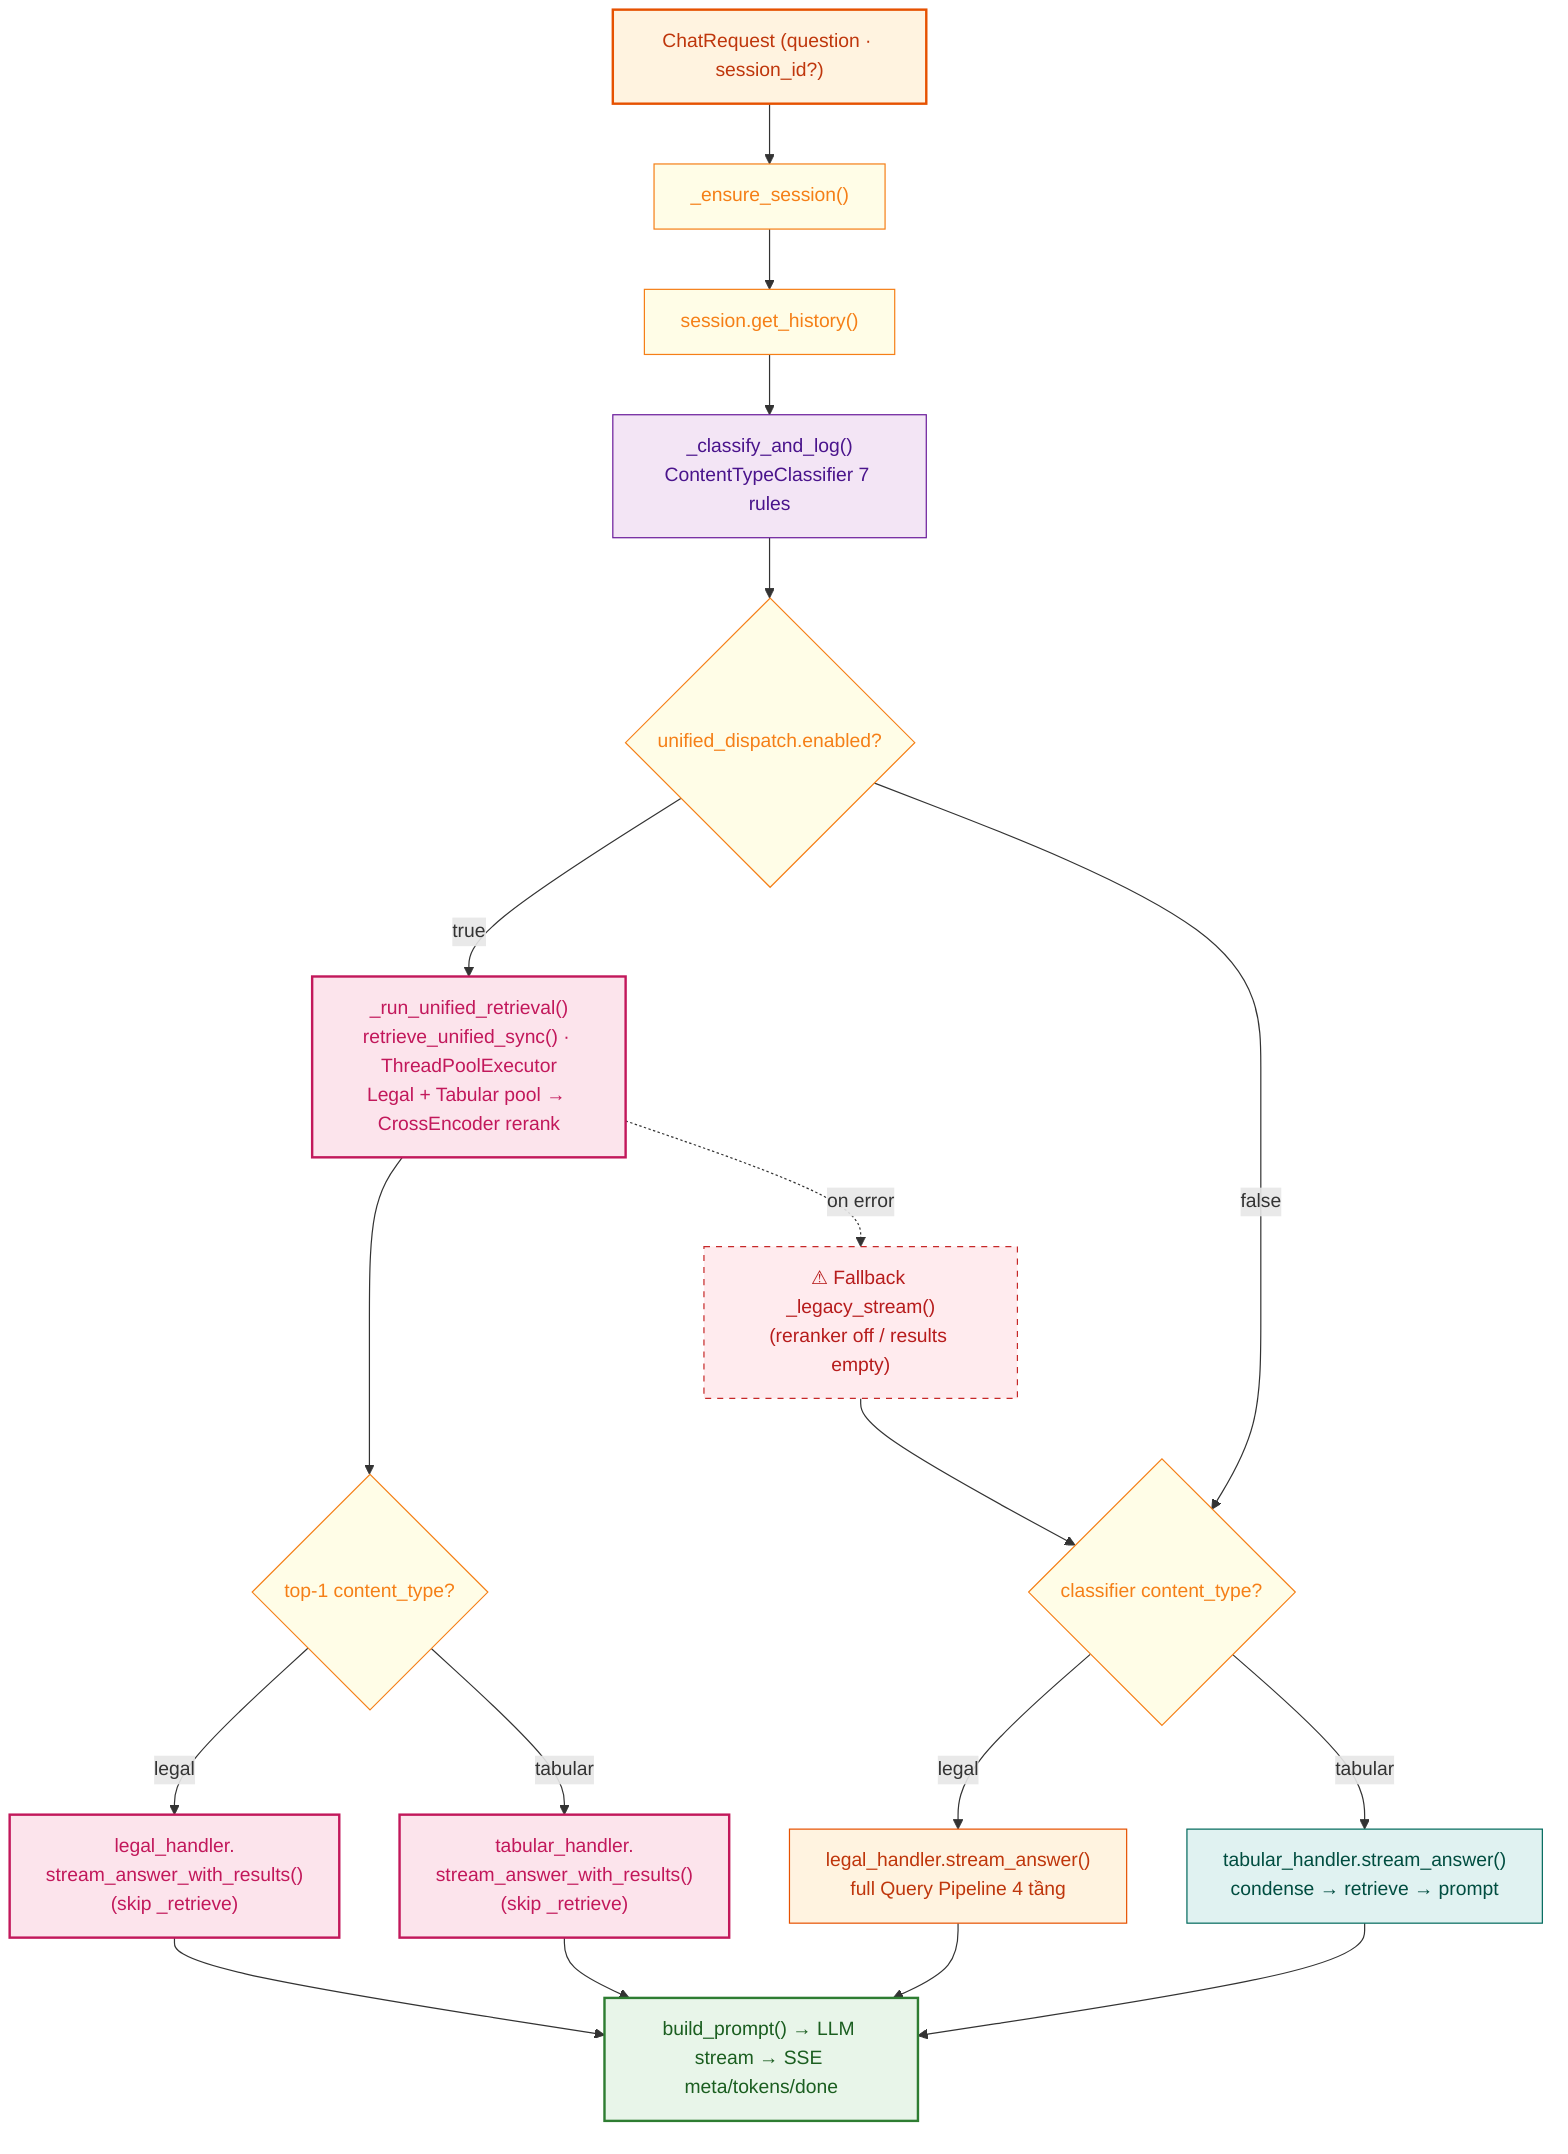
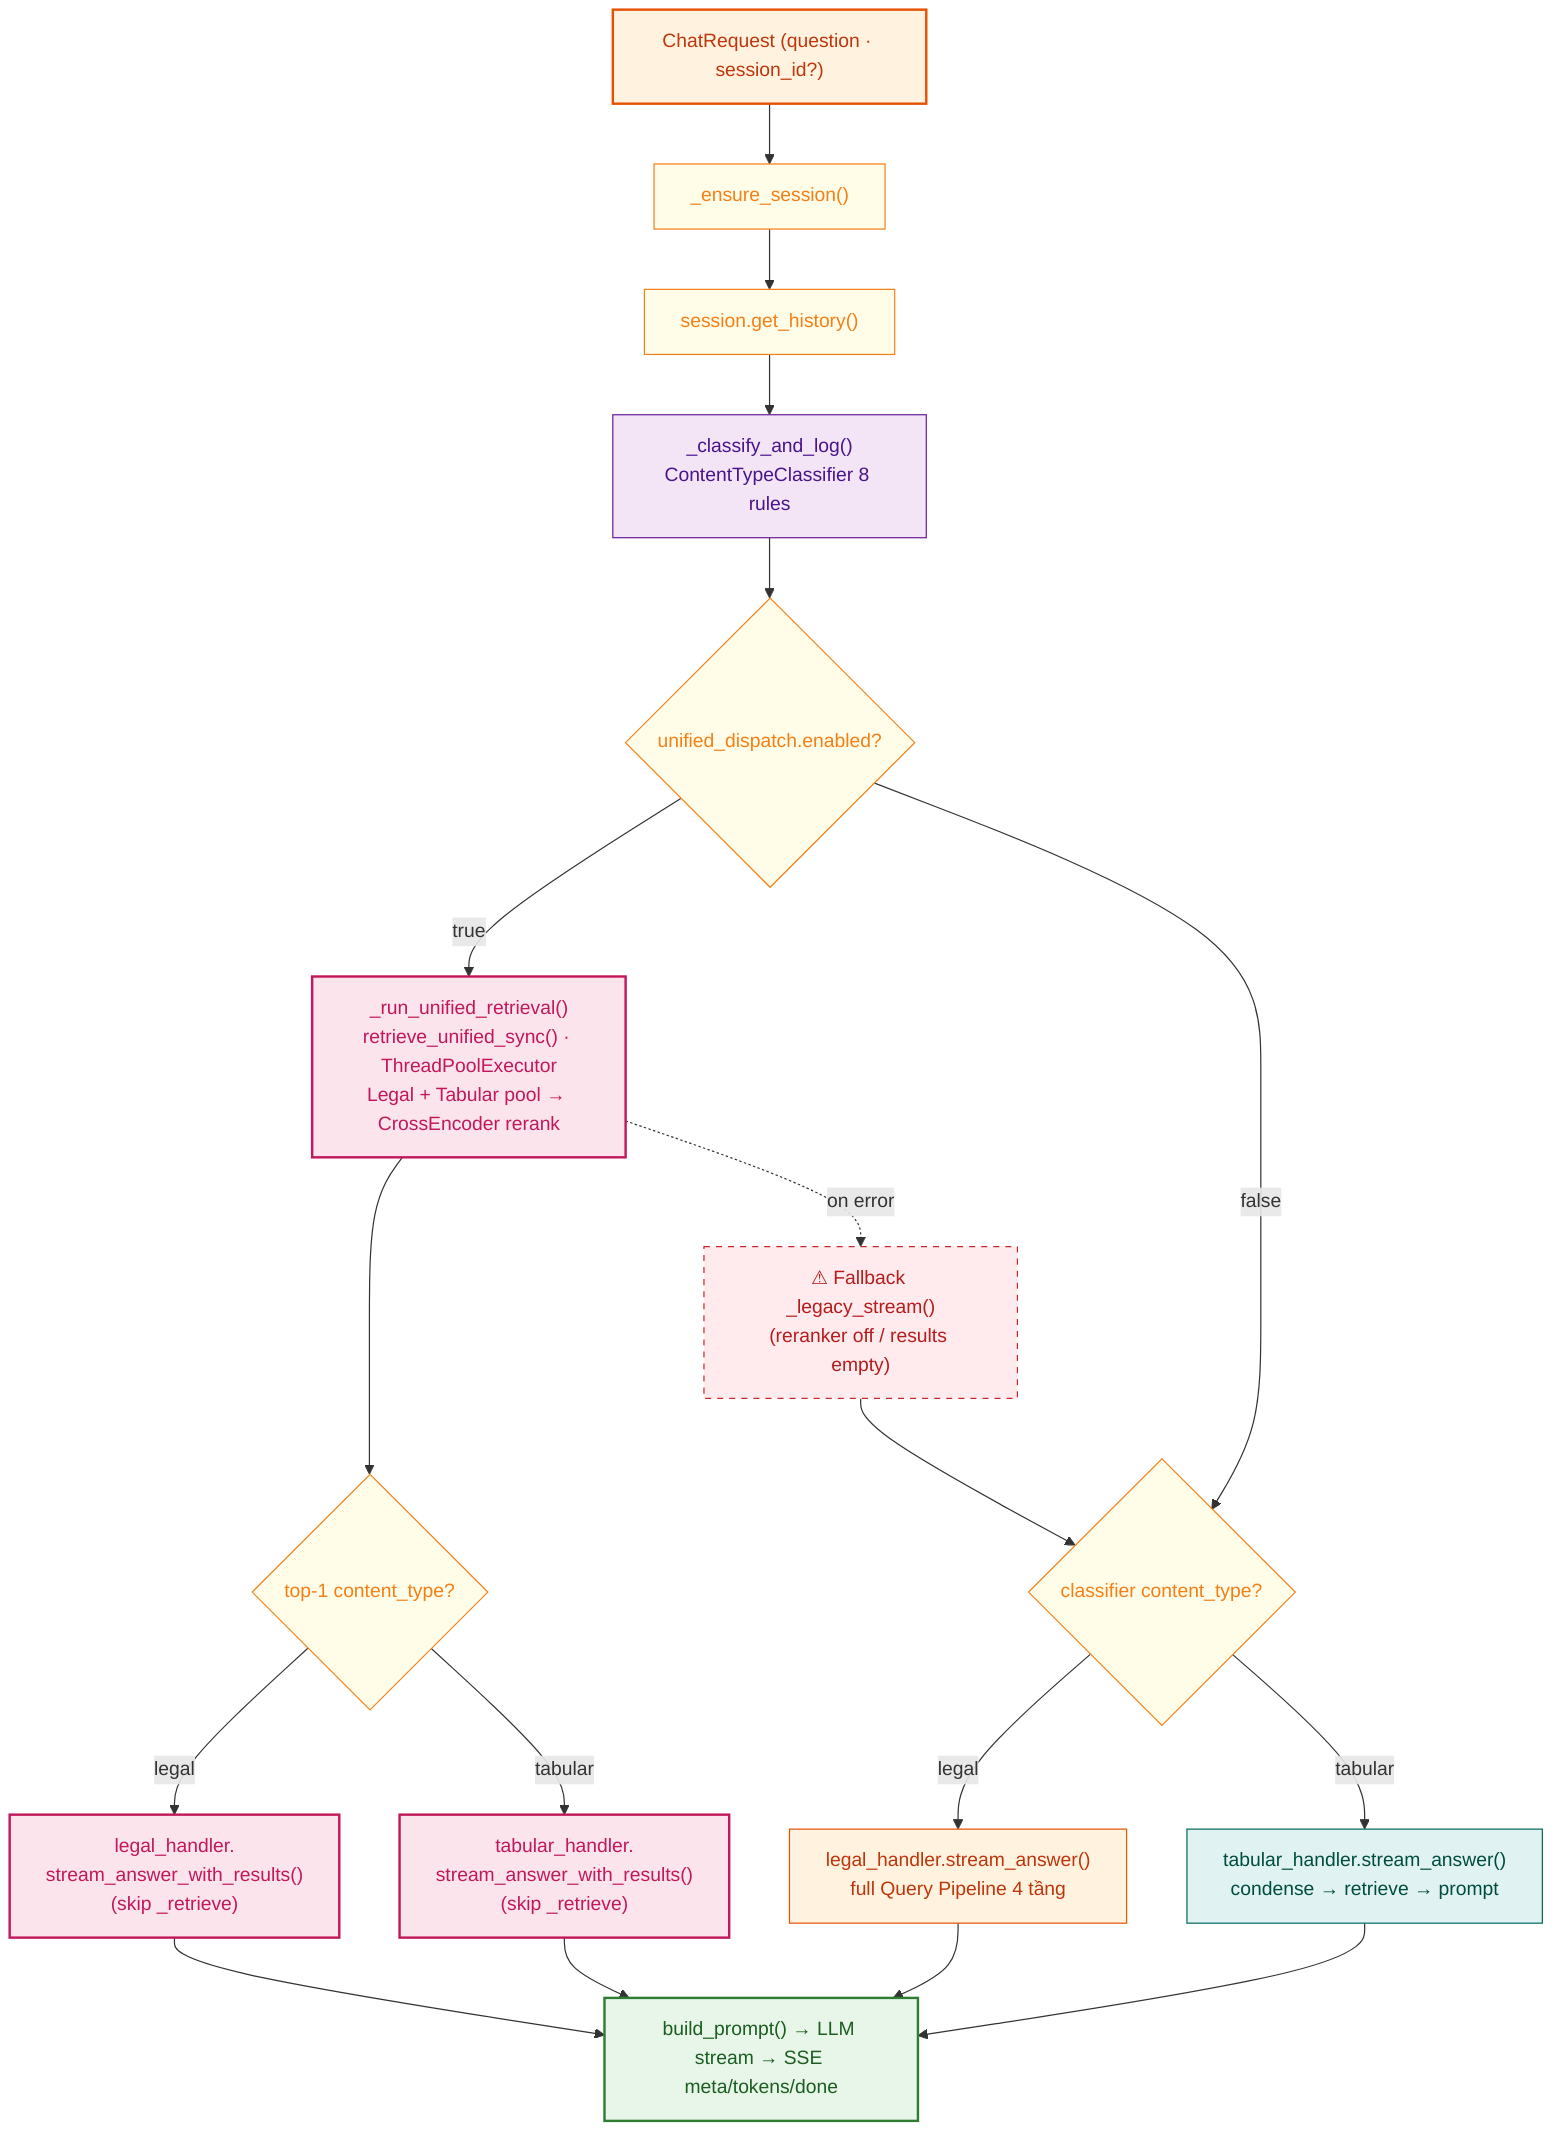
flowchart TB
    Q["ChatRequest (question · session_id?)"]
    SES["_ensure_session()"]
    HIS["session.get_history()"]
-     CLF["_classify_and_log()<br/>ContentTypeClassifier 7 rules"]
+     CLF["_classify_and_log()<br/>ContentTypeClassifier 8 rules"]

    UD{"unified_dispatch.enabled?"}

    UNI["_run_unified_retrieval()<br/>retrieve_unified_sync() · ThreadPoolExecutor<br/>Legal + Tabular pool → CrossEncoder rerank"]
    URDISP{"top-1 content_type?"}
    LH_WR["legal_handler.<br/>stream_answer_with_results()<br/>(skip _retrieve)"]
    TH_WR["tabular_handler.<br/>stream_answer_with_results()<br/>(skip _retrieve)"]

    LEGACY{"classifier content_type?"}
    LH["legal_handler.stream_answer()<br/>full Query Pipeline 4 tầng"]
    TH["tabular_handler.stream_answer()<br/>condense → retrieve → prompt"]

    FB["⚠ Fallback _legacy_stream()<br/>(reranker off / results empty)"]

    PROMPT["build_prompt() → LLM stream → SSE meta/tokens/done"]

    Q --> SES --> HIS --> CLF --> UD
    UD -->|"true"| UNI --> URDISP
    URDISP -->|"legal"| LH_WR --> PROMPT
    URDISP -->|"tabular"| TH_WR --> PROMPT
    UNI -.->|"on error"| FB --> LEGACY

    UD -->|"false"| LEGACY
    LEGACY -->|"legal"| LH --> PROMPT
    LEGACY -->|"tabular"| TH --> PROMPT

    classDef in fill:#FFF3E0,stroke:#E65100,stroke-width:2px,color:#BF360C
    classDef session fill:#FFFDE7,stroke:#F57F17,color:#F57F17
    classDef classify fill:#F3E5F5,stroke:#6A1B9A,color:#4A148C
    classDef unified fill:#FCE4EC,stroke:#C2185B,stroke-width:2px,color:#C2185B
    classDef legal fill:#FFF3E0,stroke:#E65100,color:#BF360C
    classDef tabular fill:#E0F2F1,stroke:#00695C,color:#004D40
    classDef llm fill:#E8F5E9,stroke:#2E7D32,stroke-width:2px,color:#1B5E20
    classDef fallback fill:#FFEBEE,stroke:#C62828,stroke-dasharray:5 5,color:#B71C1C
    classDef decision fill:#FFFDE7,stroke:#F57F17,color:#F57F17

    class Q in
    class SES,HIS session
    class CLF classify
    class UNI,LH_WR,TH_WR unified
    class LH legal
    class TH tabular
    class PROMPT llm
    class FB fallback
    class UD,URDISP,LEGACY decision
